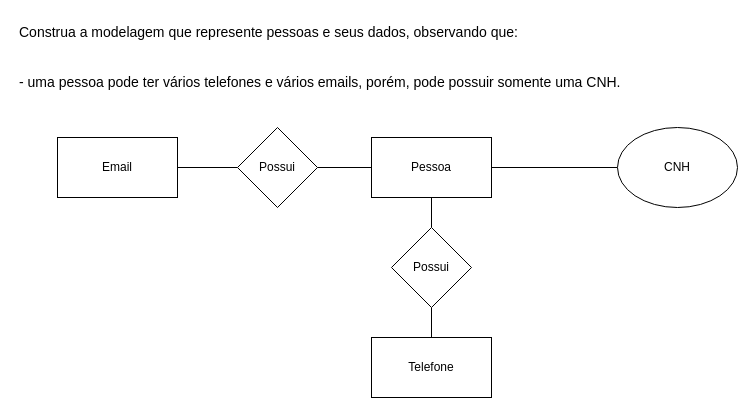
Before: 1.1.drawio in wolf-muuh/atividade-diagramas, a draw.io diagram. Source tidied: cells renumbered, new cells numbered last; positions are measured from the earlier drawing's top-left corner, leaving out a move shared by most shapes. Both pictures are drawn from the tidied source at 100%, with x=0, y=0 at pixel (17, 17).
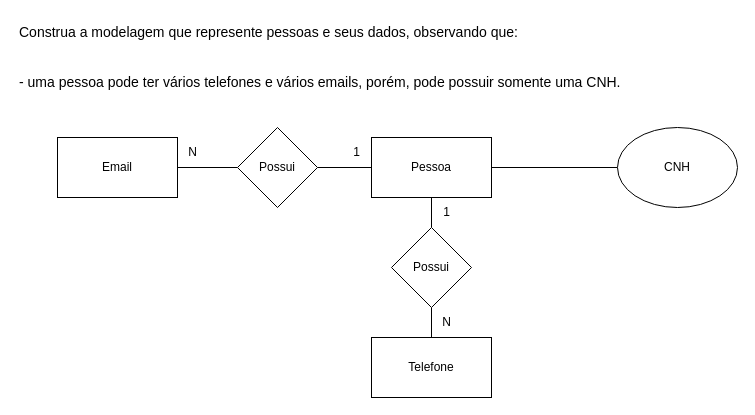
Above is the later version.

Diff of the diagram source:
```diff
@@
 <mxGraphModel>
   <root>
     <mxCell id="0" />
     <mxCell id="1" parent="0" />
     <mxCell id="2" value="Construa a modelagem que represente pessoas e seus dados, observando que:&#10;&#10;&#10;- uma pessoa pode ter vários telefones e vários emails, porém, pode possuir somente uma CNH." style="text;whiteSpace=wrap;fontSize=14;" parent="1" vertex="1">
       <mxGeometry width="640" height="90" as="geometry" />
     </mxCell>
     <mxCell id="3" style="edgeStyle=orthogonalEdgeStyle;rounded=0;jettySize=auto;html=1;entryX=0;entryY=0.5;entryDx=0;entryDy=0;endArrow=none;endFill=0;" parent="1" edge="1" source="4" target="12">
       <mxGeometry relative="1" as="geometry" />
     </mxCell>
     <mxCell id="4" value="Email" style="rounded=0;whiteSpace=wrap;html=1;" parent="1" vertex="1">
       <mxGeometry x="40" y="120" width="120" height="60" as="geometry" />
     </mxCell>
     <mxCell id="5" style="edgeStyle=orthogonalEdgeStyle;rounded=0;jettySize=auto;html=1;entryX=0.5;entryY=0;entryDx=0;entryDy=0;endArrow=none;endFill=0;" parent="1" edge="1" source="7" target="10">
       <mxGeometry relative="1" as="geometry" />
     </mxCell>
     <mxCell id="6" style="edgeStyle=orthogonalEdgeStyle;rounded=0;jettySize=auto;html=1;entryX=0;entryY=0.5;entryDx=0;entryDy=0;endArrow=none;endFill=0;" parent="1" edge="1" source="7" target="13">
       <mxGeometry relative="1" as="geometry" />
     </mxCell>
     <mxCell id="7" value="Pessoa" style="rounded=0;whiteSpace=wrap;html=1;" parent="1" vertex="1">
       <mxGeometry x="354" y="120" width="120" height="60" as="geometry" />
     </mxCell>
     <mxCell id="8" style="edgeStyle=orthogonalEdgeStyle;rounded=0;jettySize=auto;html=1;entryX=0.5;entryY=1;entryDx=0;entryDy=0;endArrow=none;endFill=0;" parent="1" edge="1" source="9" target="10">
       <mxGeometry relative="1" as="geometry" />
     </mxCell>
     <mxCell id="9" value="Telefone" style="rounded=0;whiteSpace=wrap;html=1;" parent="1" vertex="1">
       <mxGeometry x="354" y="320" width="120" height="60" as="geometry" />
     </mxCell>
     <mxCell id="10" value="Possui" style="rhombus;whiteSpace=wrap;html=1;" parent="1" vertex="1">
       <mxGeometry x="374" y="210" width="80" height="80" as="geometry" />
     </mxCell>
     <mxCell id="11" style="edgeStyle=orthogonalEdgeStyle;rounded=0;jettySize=auto;html=1;entryX=0;entryY=0.5;entryDx=0;entryDy=0;endArrow=none;endFill=0;" parent="1" edge="1" source="12" target="7">
       <mxGeometry relative="1" as="geometry" />
     </mxCell>
     <mxCell id="12" value="Possui" style="rhombus;whiteSpace=wrap;html=1;" parent="1" vertex="1">
       <mxGeometry x="220" y="110" width="80" height="80" as="geometry" />
     </mxCell>
     <mxCell id="13" value="CNH" style="ellipse;whiteSpace=wrap;html=1;" parent="1" vertex="1">
       <mxGeometry x="600" y="110" width="120" height="80" as="geometry" />
     </mxCell>
+    <mxCell id="14" value="N" style="text;html=1;align=center;verticalAlign=middle;strokeColor=none;fillColor=none;" parent="1" vertex="1">
+      <mxGeometry x="160" y="120" width="30" height="30" as="geometry" />
+    </mxCell>
+    <mxCell id="15" value="1" style="text;html=1;align=center;verticalAlign=middle;strokeColor=none;fillColor=none;" parent="1" vertex="1">
+      <mxGeometry x="324" y="120" width="30" height="30" as="geometry" />
+    </mxCell>
+    <mxCell id="16" value="1" style="text;html=1;align=center;verticalAlign=middle;strokeColor=none;fillColor=none;" parent="1" vertex="1">
+      <mxGeometry x="414" y="180" width="30" height="30" as="geometry" />
+    </mxCell>
+    <mxCell id="17" value="N" style="text;html=1;align=center;verticalAlign=middle;strokeColor=none;fillColor=none;" parent="1" vertex="1">
+      <mxGeometry x="414" y="290" width="30" height="30" as="geometry" />
+    </mxCell>
   </root>
 </mxGraphModel>
```
